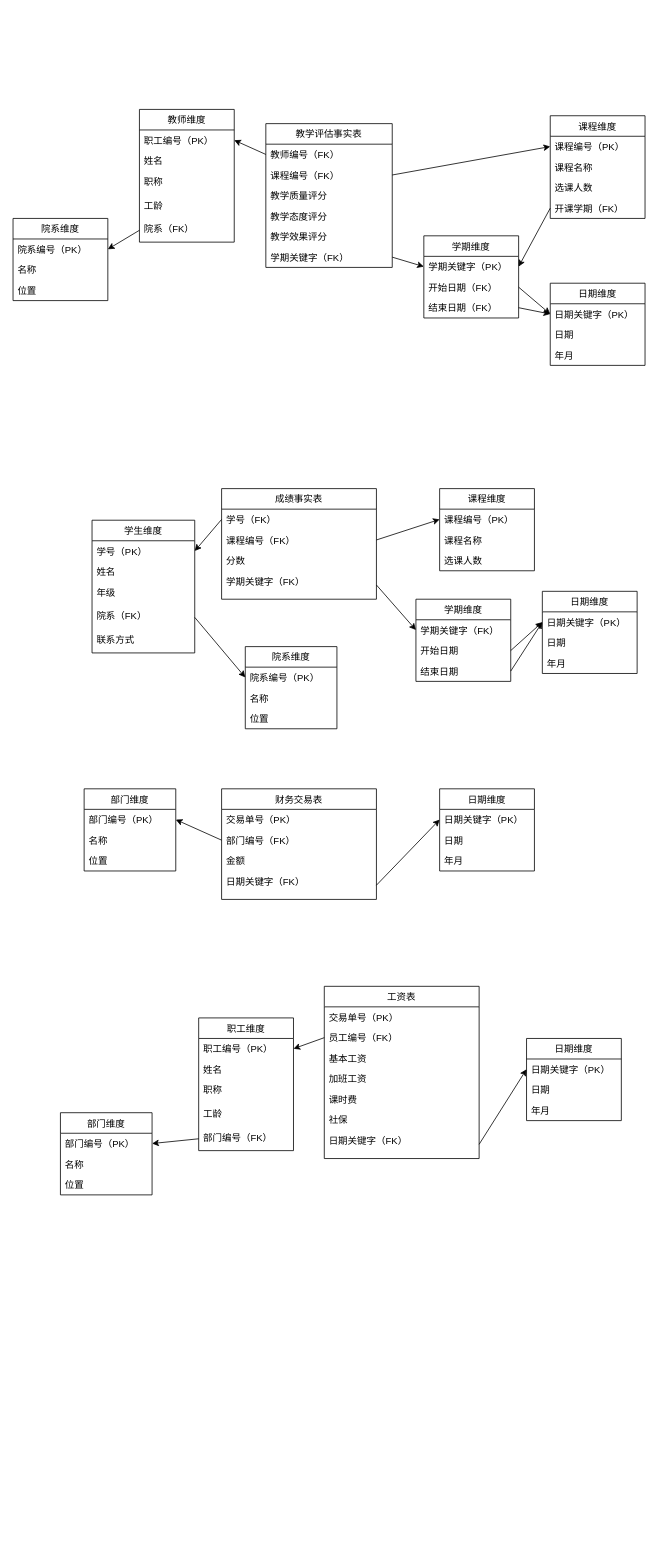
This is CourseNotes/商务智能/1.drawio from NayameoW/naya_cloud, a draw.io file, before an edit. Source tidied: cells renumbered, new cells numbered last; positions are measured from the earlier drawing's top-left corner, leaving out a move shared by most shapes. Both pictures are drawn from the tidied source at 79%, with x=0, y=0 at pixel (13, 109).
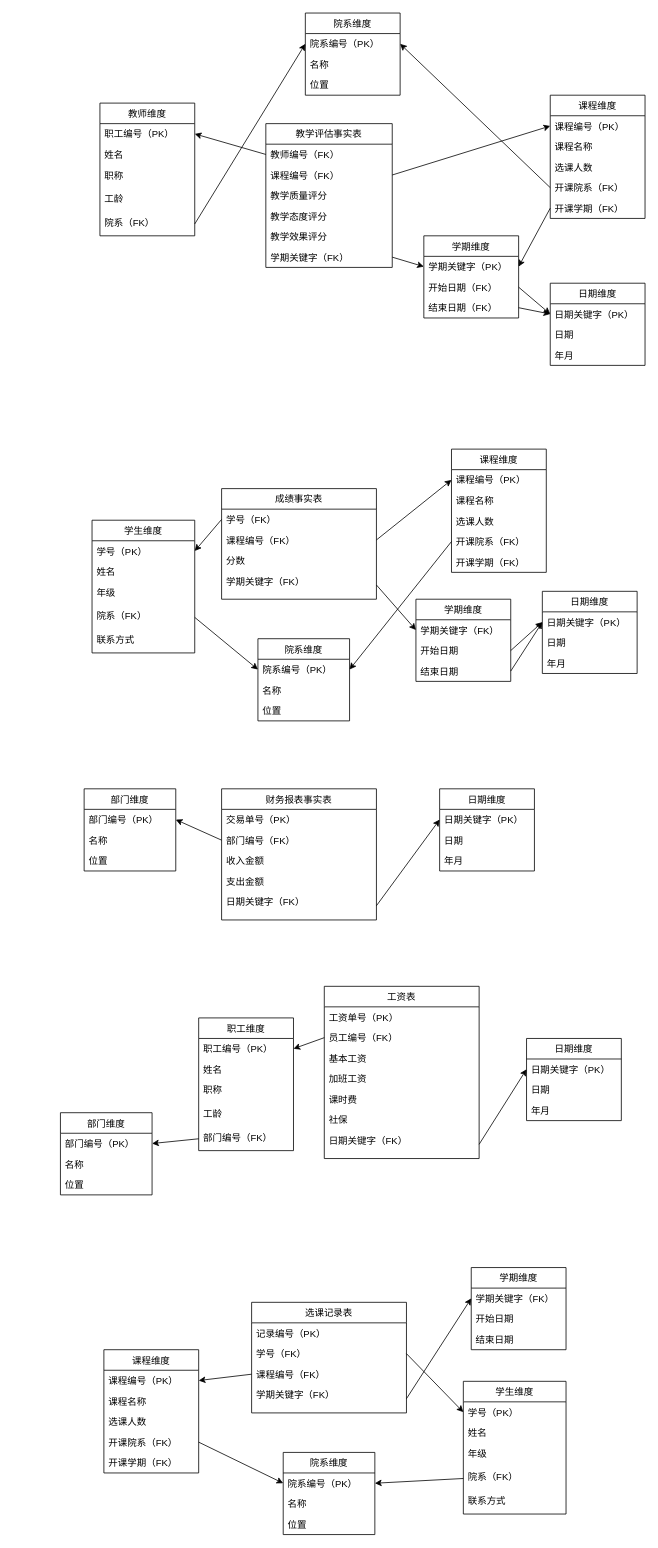
After the change.

The change refers to these unchanged cells:
```xml
<mxCell id="14" value="院系（FK）" style="text;strokeColor=none;fillColor=none;align=left;verticalAlign=top;rounded=0;spacingLeft=4;spacingRight=4;" parent="9" vertex="1">
  <mxGeometry y="138" width="120" height="30" as="geometry" />
</mxCell>
<mxCell id="23" value="课程编号（FK）" style="text;strokeColor=none;fillColor=none;align=left;verticalAlign=top;spacingLeft=4;spacingRight=4;overflow=hidden;points=[[0,0.5],[1,0.5]];portConstraint=eastwest;" parent="21" vertex="1">
  <mxGeometry y="52" width="196" height="26" as="geometry" />
</mxCell>
<mxCell id="63" value="院系编号（PK）" style="text;strokeColor=none;fillColor=none;align=left;verticalAlign=top;spacingLeft=4;spacingRight=4;overflow=hidden;points=[[0,0.5],[1,0.5]];portConstraint=eastwest;" parent="62" vertex="1">
  <mxGeometry y="26" width="120" height="26" as="geometry" />
</mxCell>
<mxCell id="68" value="院系编号（PK）" style="text;strokeColor=none;fillColor=none;align=left;verticalAlign=top;spacingLeft=4;spacingRight=4;overflow=hidden;points=[[0,0.5],[1,0.5]];portConstraint=eastwest;" parent="67" vertex="1">
  <mxGeometry y="26" width="116" height="26" as="geometry" />
</mxCell>
<mxCell id="88" value="工资表" style="swimlane;fontStyle=0;horizontal=1;startSize=26;fillColor=default;swimlaneFillColor=default;gradientColor=none;" parent="1" vertex="1">
  <mxGeometry x="394" y="1110" width="196" height="218" as="geometry" />
</mxCell>
```

The edit, as a diff of the source:
```diff
@@
     <mxCell id="9" value="教师维度" style="swimlane;fontStyle=0;horizontal=1;startSize=26;fillColor=default;swimlaneFillColor=default;" parent="1" vertex="1">
-      <mxGeometry x="160" width="120" height="168" as="geometry" />
+      <mxGeometry x="110" y="-8" width="120" height="168" as="geometry" />
     </mxCell>
@@
     <mxCell id="16" value="课程维度" style="swimlane;fontStyle=0;horizontal=1;startSize=26;fillColor=default;swimlaneFillColor=default;" parent="1" vertex="1">
-      <mxGeometry x="680" y="8" width="120" height="130" as="geometry" />
+      <mxGeometry x="680" y="-18" width="120" height="156" as="geometry" />
     </mxCell>
@@
+    <mxCell id="113" value="开课院系（FK）" style="text;strokeColor=none;fillColor=none;align=left;verticalAlign=top;spacingLeft=4;spacingRight=4;overflow=hidden;points=[[0,0.5],[1,0.5]];portConstraint=eastwest;" parent="16" vertex="1">
+      <mxGeometry y="104" width="120" height="26" as="geometry" />
+    </mxCell>
     <mxCell id="20" value="开课学期（FK）" style="text;strokeColor=none;fillColor=none;align=left;verticalAlign=top;spacingLeft=4;spacingRight=4;overflow=hidden;points=[[0,0.5],[1,0.5]];portConstraint=eastwest;" parent="16" vertex="1">
-      <mxGeometry y="104" width="120" height="26" as="geometry" />
+      <mxGeometry y="130" width="120" height="26" as="geometry" />
     </mxCell>
@@
-    <mxCell id="33" value="课程维度" style="swimlane;fontStyle=0;horizontal=1;startSize=26;fillColor=default;swimlaneFillColor=default;" parent="1" vertex="1">
-      <mxGeometry x="540" y="480" width="120" height="104" as="geometry" />
-    </mxCell>
-    <mxCell id="34" value="课程编号（PK）" style="text;strokeColor=none;fillColor=none;align=left;verticalAlign=top;spacingLeft=4;spacingRight=4;overflow=hidden;points=[[0,0.5],[1,0.5]];portConstraint=eastwest;" parent="33" vertex="1">
-      <mxGeometry y="26" width="120" height="26" as="geometry" />
-    </mxCell>
-    <mxCell id="35" value="课程名称    " style="text;strokeColor=none;fillColor=none;align=left;verticalAlign=top;spacingLeft=4;spacingRight=4;overflow=hidden;" parent="33" vertex="1">
-      <mxGeometry y="52" width="120" height="26" as="geometry" />
-    </mxCell>
-    <mxCell id="36" value="选课人数" style="text;strokeColor=none;fillColor=none;align=left;verticalAlign=top;spacingLeft=4;spacingRight=4;overflow=hidden;" parent="33" vertex="1">
-      <mxGeometry y="78" width="120" height="26" as="geometry" />
-    </mxCell>
-    <mxCell id="37" style="rounded=0;jettySize=auto;html=1;exitX=1;exitY=0.5;exitDx=0;exitDy=0;entryX=0;entryY=0.5;entryDx=0;entryDy=0;" parent="1" edge="1" source="23" target="34">
+    <mxCell id="37" style="rounded=0;jettySize=auto;html=1;exitX=1;exitY=0.5;exitDx=0;exitDy=0;entryX=0;entryY=0.5;entryDx=0;entryDy=0;" parent="1" edge="1" source="23" target="130">
       <mxGeometry relative="1" as="geometry" />
     </mxCell>
@@
     <mxCell id="62" value="院系维度" style="swimlane;fontStyle=0;horizontal=1;startSize=26;fillColor=default;swimlaneFillColor=default;gradientColor=none;" parent="1" vertex="1">
-      <mxGeometry y="138" width="120" height="104" as="geometry" />
+      <mxGeometry x="370" y="-122" width="120" height="104" as="geometry" />
     </mxCell>
@@
-    <mxCell id="66" style="rounded=0;jettySize=auto;html=1;entryX=1;entryY=0.5;entryDx=0;entryDy=0;exitX=0;exitY=0.5;exitDx=0;exitDy=0;" parent="1" edge="1" source="14" target="63">
+    <mxCell id="66" style="rounded=0;jettySize=auto;html=1;entryX=0;entryY=0.5;entryDx=0;entryDy=0;exitX=1;exitY=0.5;exitDx=0;exitDy=0;" parent="1" edge="1" source="14" target="63">
       <mxGeometry relative="1" as="geometry" />
     </mxCell>
     <mxCell id="67" value="院系维度" style="swimlane;fontStyle=0;horizontal=1;startSize=26;fillColor=default;swimlaneFillColor=default;gradientColor=none;" parent="1" vertex="1">
-      <mxGeometry x="294" y="680" width="116" height="104" as="geometry" />
+      <mxGeometry x="310" y="670" width="116" height="104" as="geometry" />
     </mxCell>
@@
-    <mxCell id="72" style="edgeStyle=none;rounded=0;orthogonalLoop=1;jettySize=auto;html=1;exitX=0.75;exitY=0;exitDx=0;exitDy=0;" parent="1" edge="1" source="33" target="33">
-      <mxGeometry relative="1" as="geometry" />
+    <mxCell id="72" style="edgeStyle=none;rounded=0;orthogonalLoop=1;jettySize=auto;html=1;exitX=0.75;exitY=0;exitDx=0;exitDy=0;" parent="1" edge="1">
+      <mxGeometry relative="1" as="geometry">
+        <mxPoint x="630" y="480" as="sourcePoint" />
+        <mxPoint x="630" y="480" as="targetPoint" />
+      </mxGeometry>
     </mxCell>
-    <mxCell id="73" value="财务交易表" style="swimlane;fontStyle=0;horizontal=1;startSize=26;fillColor=default;swimlaneFillColor=default;gradientColor=none;" parent="1" vertex="1">
-      <mxGeometry x="264" y="860" width="196" height="140" as="geometry" />
+    <mxCell id="73" value="财务报表事实表" style="swimlane;fontStyle=0;horizontal=1;startSize=26;fillColor=default;swimlaneFillColor=default;gradientColor=none;" parent="1" vertex="1">
+      <mxGeometry x="264" y="860" width="196" height="166" as="geometry" />
     </mxCell>
@@
-    <mxCell id="76" value="金额" style="text;strokeColor=none;fillColor=none;align=left;verticalAlign=top;spacingLeft=4;spacingRight=4;overflow=hidden;" parent="73" vertex="1">
+    <mxCell id="76" value="收入金额" style="text;strokeColor=none;fillColor=none;align=left;verticalAlign=top;spacingLeft=4;spacingRight=4;overflow=hidden;" parent="73" vertex="1">
       <mxGeometry y="78" width="196" height="26" as="geometry" />
     </mxCell>
+    <mxCell id="114" value="支出金额" style="text;strokeColor=none;fillColor=none;align=left;verticalAlign=top;spacingLeft=4;spacingRight=4;overflow=hidden;" parent="73" vertex="1">
+      <mxGeometry y="104" width="196" height="26" as="geometry" />
+    </mxCell>
     <mxCell id="77" value="日期关键字（FK）" style="text;strokeColor=none;fillColor=none;align=left;verticalAlign=top;spacingLeft=4;spacingRight=4;overflow=hidden;points=[[0,0.5],[1,0.5]];portConstraint=eastwest;" parent="73" vertex="1">
-      <mxGeometry y="104" width="196" height="36" as="geometry" />
+      <mxGeometry y="130" width="196" height="36" as="geometry" />
     </mxCell>
@@
-    <mxCell id="89" value="交易单号（PK）" style="text;strokeColor=none;fillColor=none;align=left;verticalAlign=top;spacingLeft=4;spacingRight=4;overflow=hidden;" parent="88" vertex="1">
+    <mxCell id="89" value="工资单号（PK）" style="text;strokeColor=none;fillColor=none;align=left;verticalAlign=top;spacingLeft=4;spacingRight=4;overflow=hidden;" parent="88" vertex="1">
       <mxGeometry y="26" width="196" height="26" as="geometry" />
     </mxCell>
@@
+    <mxCell id="115" value="选课记录表" style="swimlane;fontStyle=0;horizontal=1;startSize=26;fillColor=default;swimlaneFillColor=default;gradientColor=none;" parent="1" vertex="1">
+      <mxGeometry x="302" y="1510" width="196" height="140" as="geometry" />
+    </mxCell>
+    <mxCell id="116" value="记录编号（PK）" style="text;strokeColor=none;fillColor=none;align=left;verticalAlign=top;spacingLeft=4;spacingRight=4;overflow=hidden;" parent="115" vertex="1">
+      <mxGeometry y="26" width="196" height="26" as="geometry" />
+    </mxCell>
+    <mxCell id="117" value="学号（FK）" style="text;strokeColor=none;fillColor=none;align=left;verticalAlign=top;spacingLeft=4;spacingRight=4;overflow=hidden;points=[[0,0.5],[1,0.5]];portConstraint=eastwest;" parent="115" vertex="1">
+      <mxGeometry y="52" width="196" height="26" as="geometry" />
+    </mxCell>
+    <mxCell id="118" value="课程编号（FK）" style="text;strokeColor=none;fillColor=none;align=left;verticalAlign=top;spacingLeft=4;spacingRight=4;overflow=hidden;points=[[0,0.5],[1,0.5]];portConstraint=eastwest;" parent="115" vertex="1">
+      <mxGeometry y="78" width="196" height="26" as="geometry" />
+    </mxCell>
+    <mxCell id="119" value="学期关键字（FK）" style="text;strokeColor=none;fillColor=none;align=left;verticalAlign=top;spacingLeft=4;spacingRight=4;overflow=hidden;points=[[0,0.5],[1,0.5]];portConstraint=eastwest;" parent="115" vertex="1">
+      <mxGeometry y="104" width="196" height="36" as="geometry" />
+    </mxCell>
+    <mxCell id="120" value="学生维度" style="swimlane;fontStyle=0;horizontal=1;startSize=26;fillColor=default;swimlaneFillColor=default;" parent="1" vertex="1">
+      <mxGeometry x="570" y="1610" width="130" height="168" as="geometry" />
+    </mxCell>
+    <mxCell id="121" value="学号（PK）" style="text;strokeColor=none;fillColor=none;align=left;verticalAlign=top;spacingLeft=4;spacingRight=4;overflow=hidden;points=[[0,0.5],[1,0.5]];portConstraint=eastwest;" parent="120" vertex="1">
+      <mxGeometry y="26" width="130" height="26" as="geometry" />
+    </mxCell>
+    <mxCell id="122" value="姓名" style="text;strokeColor=none;fillColor=none;align=left;verticalAlign=top;spacingLeft=4;spacingRight=4;overflow=hidden;" parent="120" vertex="1">
+      <mxGeometry y="52" width="130" height="26" as="geometry" />
+    </mxCell>
+    <mxCell id="123" value="年级" style="text;strokeColor=none;fillColor=none;align=left;verticalAlign=top;rounded=0;spacingLeft=4;spacingRight=4;" parent="120" vertex="1">
+      <mxGeometry y="78" width="130" height="30" as="geometry" />
+    </mxCell>
+    <mxCell id="124" value="院系（FK）" style="text;strokeColor=none;fillColor=none;align=left;verticalAlign=top;rounded=0;spacingLeft=4;spacingRight=4;" parent="120" vertex="1">
+      <mxGeometry y="108" width="130" height="30" as="geometry" />
+    </mxCell>
+    <mxCell id="125" value="联系方式" style="text;strokeColor=none;fillColor=none;align=left;verticalAlign=top;rounded=0;spacingLeft=4;spacingRight=4;" parent="120" vertex="1">
+      <mxGeometry y="138" width="130" height="30" as="geometry" />
+    </mxCell>
+    <mxCell id="126" style="edgeStyle=none;rounded=0;jettySize=auto;html=1;entryX=0;entryY=0.5;entryDx=0;entryDy=0;exitX=1;exitY=0.5;exitDx=0;exitDy=0;" parent="1" edge="1" source="117" target="121">
+      <mxGeometry relative="1" as="geometry" />
+    </mxCell>
+    <mxCell id="127" style="edgeStyle=none;rounded=0;jettySize=auto;html=1;entryX=1;entryY=0.5;entryDx=0;entryDy=0;exitX=0;exitY=0.5;exitDx=0;exitDy=0;" parent="1" edge="1" source="118" target="137">
+      <mxGeometry relative="1" as="geometry" />
+    </mxCell>
+    <mxCell id="128" style="edgeStyle=none;rounded=0;jettySize=auto;html=1;entryX=1;entryY=0.5;entryDx=0;entryDy=0;exitX=0;exitY=0.5;exitDx=0;exitDy=0;" parent="1" edge="1" source="113" target="63">
+      <mxGeometry relative="1" as="geometry" />
+    </mxCell>
+    <mxCell id="129" value="课程维度" style="swimlane;fontStyle=0;horizontal=1;startSize=26;fillColor=default;swimlaneFillColor=default;" parent="1" vertex="1">
+      <mxGeometry x="555" y="430" width="120" height="156" as="geometry" />
+    </mxCell>
+    <mxCell id="130" value="课程编号（PK）" style="text;strokeColor=none;fillColor=none;align=left;verticalAlign=top;spacingLeft=4;spacingRight=4;overflow=hidden;points=[[0,0.5],[1,0.5]];portConstraint=eastwest;" parent="129" vertex="1">
+      <mxGeometry y="26" width="120" height="26" as="geometry" />
+    </mxCell>
+    <mxCell id="131" value="课程名称    " style="text;strokeColor=none;fillColor=none;align=left;verticalAlign=top;spacingLeft=4;spacingRight=4;overflow=hidden;" parent="129" vertex="1">
+      <mxGeometry y="52" width="120" height="26" as="geometry" />
+    </mxCell>
+    <mxCell id="132" value="选课人数" style="text;strokeColor=none;fillColor=none;align=left;verticalAlign=top;spacingLeft=4;spacingRight=4;overflow=hidden;" parent="129" vertex="1">
+      <mxGeometry y="78" width="120" height="26" as="geometry" />
+    </mxCell>
+    <mxCell id="133" value="开课院系（FK）" style="text;strokeColor=none;fillColor=none;align=left;verticalAlign=top;spacingLeft=4;spacingRight=4;overflow=hidden;points=[[0,0.5],[1,0.5]];portConstraint=eastwest;" parent="129" vertex="1">
+      <mxGeometry y="104" width="120" height="26" as="geometry" />
+    </mxCell>
+    <mxCell id="134" value="开课学期（FK）" style="text;strokeColor=none;fillColor=none;align=left;verticalAlign=top;spacingLeft=4;spacingRight=4;overflow=hidden;" parent="129" vertex="1">
+      <mxGeometry y="130" width="120" height="26" as="geometry" />
+    </mxCell>
+    <mxCell id="135" style="edgeStyle=none;rounded=0;jettySize=auto;html=1;entryX=1;entryY=0.5;entryDx=0;entryDy=0;exitX=0;exitY=0.5;exitDx=0;exitDy=0;" parent="1" edge="1" source="133" target="68">
+      <mxGeometry relative="1" as="geometry" />
+    </mxCell>
+    <mxCell id="136" value="课程维度" style="swimlane;fontStyle=0;horizontal=1;startSize=26;fillColor=default;swimlaneFillColor=default;" parent="1" vertex="1">
+      <mxGeometry x="115" y="1570" width="120" height="156" as="geometry" />
+    </mxCell>
+    <mxCell id="137" value="课程编号（PK）" style="text;strokeColor=none;fillColor=none;align=left;verticalAlign=top;spacingLeft=4;spacingRight=4;overflow=hidden;points=[[0,0.5],[1,0.5]];portConstraint=eastwest;" parent="136" vertex="1">
+      <mxGeometry y="26" width="120" height="26" as="geometry" />
+    </mxCell>
+    <mxCell id="138" value="课程名称    " style="text;strokeColor=none;fillColor=none;align=left;verticalAlign=top;spacingLeft=4;spacingRight=4;overflow=hidden;" parent="136" vertex="1">
+      <mxGeometry y="52" width="120" height="26" as="geometry" />
+    </mxCell>
+    <mxCell id="139" value="选课人数" style="text;strokeColor=none;fillColor=none;align=left;verticalAlign=top;spacingLeft=4;spacingRight=4;overflow=hidden;" parent="136" vertex="1">
+      <mxGeometry y="78" width="120" height="26" as="geometry" />
+    </mxCell>
+    <mxCell id="140" value="开课院系（FK）" style="text;strokeColor=none;fillColor=none;align=left;verticalAlign=top;spacingLeft=4;spacingRight=4;overflow=hidden;points=[[0,0.5],[1,0.5]];portConstraint=eastwest;" parent="136" vertex="1">
+      <mxGeometry y="104" width="120" height="26" as="geometry" />
+    </mxCell>
+    <mxCell id="141" value="开课学期（FK）" style="text;strokeColor=none;fillColor=none;align=left;verticalAlign=top;spacingLeft=4;spacingRight=4;overflow=hidden;" parent="136" vertex="1">
+      <mxGeometry y="130" width="120" height="26" as="geometry" />
+    </mxCell>
+    <mxCell id="142" value="院系维度" style="swimlane;fontStyle=0;horizontal=1;startSize=26;fillColor=default;swimlaneFillColor=default;gradientColor=none;" parent="1" vertex="1">
+      <mxGeometry x="342" y="1700" width="116" height="104" as="geometry" />
+    </mxCell>
+    <mxCell id="143" value="院系编号（PK）" style="text;strokeColor=none;fillColor=none;align=left;verticalAlign=top;spacingLeft=4;spacingRight=4;overflow=hidden;points=[[0,0.5],[1,0.5]];portConstraint=eastwest;" parent="142" vertex="1">
+      <mxGeometry y="26" width="116" height="26" as="geometry" />
+    </mxCell>
+    <mxCell id="144" value="名称" style="text;strokeColor=none;fillColor=none;align=left;verticalAlign=top;spacingLeft=4;spacingRight=4;overflow=hidden;" parent="142" vertex="1">
+      <mxGeometry y="52" width="116" height="26" as="geometry" />
+    </mxCell>
+    <mxCell id="145" value="位置" style="text;strokeColor=none;fillColor=none;align=left;verticalAlign=top;spacingLeft=4;spacingRight=4;overflow=hidden;" parent="142" vertex="1">
+      <mxGeometry y="78" width="116" height="26" as="geometry" />
+    </mxCell>
+    <mxCell id="146" style="edgeStyle=none;rounded=0;jettySize=auto;html=1;entryX=0;entryY=0.5;entryDx=0;entryDy=0;exitX=1;exitY=0.5;exitDx=0;exitDy=0;" parent="1" edge="1" source="140" target="143">
+      <mxGeometry relative="1" as="geometry" />
+    </mxCell>
+    <mxCell id="147" style="edgeStyle=none;rounded=0;jettySize=auto;html=1;entryX=1;entryY=0.5;entryDx=0;entryDy=0;exitX=0;exitY=0.5;exitDx=0;exitDy=0;" parent="1" edge="1" source="124" target="143">
+      <mxGeometry relative="1" as="geometry" />
+    </mxCell>
+    <mxCell id="148" value="学期维度" style="swimlane;fontStyle=0;horizontal=1;startSize=26;fillColor=default;swimlaneFillColor=default;gradientColor=none;" parent="1" vertex="1">
+      <mxGeometry x="580" y="1466" width="120" height="104" as="geometry" />
+    </mxCell>
+    <mxCell id="149" value="学期关键字（FK）" style="text;strokeColor=none;fillColor=none;align=left;verticalAlign=top;spacingLeft=4;spacingRight=4;overflow=hidden;points=[[0,0.5],[1,0.5]];portConstraint=eastwest;" parent="148" vertex="1">
+      <mxGeometry y="26" width="120" height="26" as="geometry" />
+    </mxCell>
+    <mxCell id="150" value="开始日期" style="text;strokeColor=none;fillColor=none;align=left;verticalAlign=top;spacingLeft=4;spacingRight=4;overflow=hidden;" parent="148" vertex="1">
+      <mxGeometry y="52" width="120" height="26" as="geometry" />
+    </mxCell>
+    <mxCell id="151" value="结束日期" style="text;strokeColor=none;fillColor=none;align=left;verticalAlign=top;spacingLeft=4;spacingRight=4;overflow=hidden;" parent="148" vertex="1">
+      <mxGeometry y="78" width="120" height="26" as="geometry" />
+    </mxCell>
+    <mxCell id="152" style="edgeStyle=none;rounded=0;jettySize=auto;html=1;entryX=0;entryY=0.5;entryDx=0;entryDy=0;exitX=1;exitY=0.5;exitDx=0;exitDy=0;" parent="1" edge="1" source="119" target="149">
+      <mxGeometry relative="1" as="geometry" />
+    </mxCell>
```
